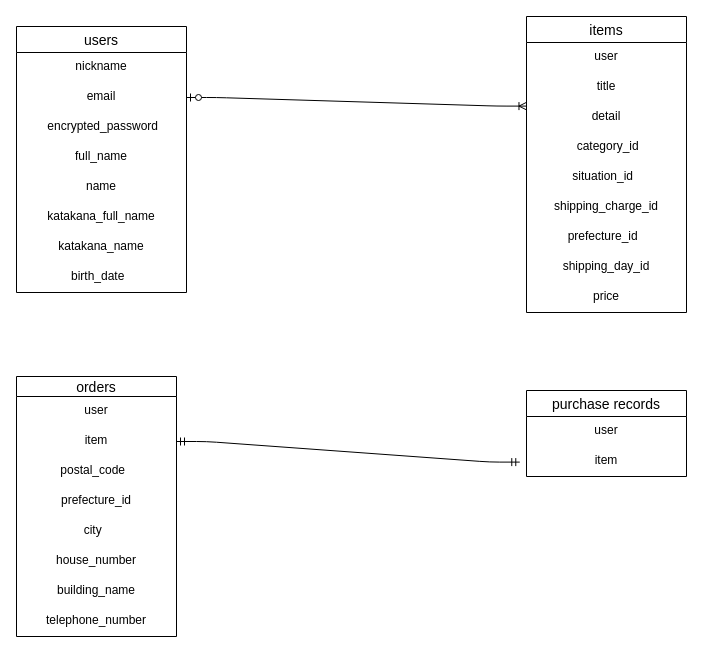
Before: teble.dio in syou65/furima-41434-d, a draw.io diagram. Source tidied: cells renumbered, new cells numbered last; positions are measured from the earlier drawing's top-left corner, leaving out a move shared by most shapes. Both pictures are drawn from the tidied source at 100%, with x=0, y=0 at pixel (16, 16).
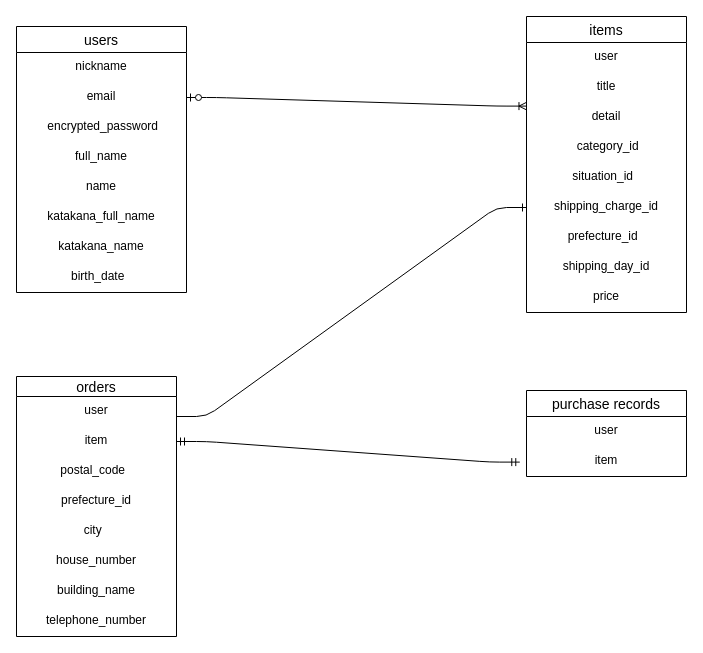
Above is the later version.

Unchanged cells that the change refers to:
```xml
<mxCell id="17" value="shipping_charge_id " style="text;strokeColor=none;fillColor=none;spacingLeft=4;spacingRight=4;overflow=hidden;points=[[0,0.5],[1,0.5]];portConstraint=eastwest;fontSize=12;align=center;" parent="11" vertex="1">
  <mxGeometry y="176" width="160" height="30" as="geometry" />
</mxCell>
```

Change to the diagram source:
```diff
@@
+    <mxCell id="35" style="edgeStyle=entityRelationEdgeStyle;fontSize=12;html=1;endArrow=ERone;endFill=1;entryX=0;entryY=0.5;entryDx=0;entryDy=0;" parent="1" edge="1" target="17">
+      <mxGeometry relative="1" as="geometry">
+        <mxPoint x="160" y="400" as="sourcePoint" />
+      </mxGeometry>
+    </mxCell>
```
